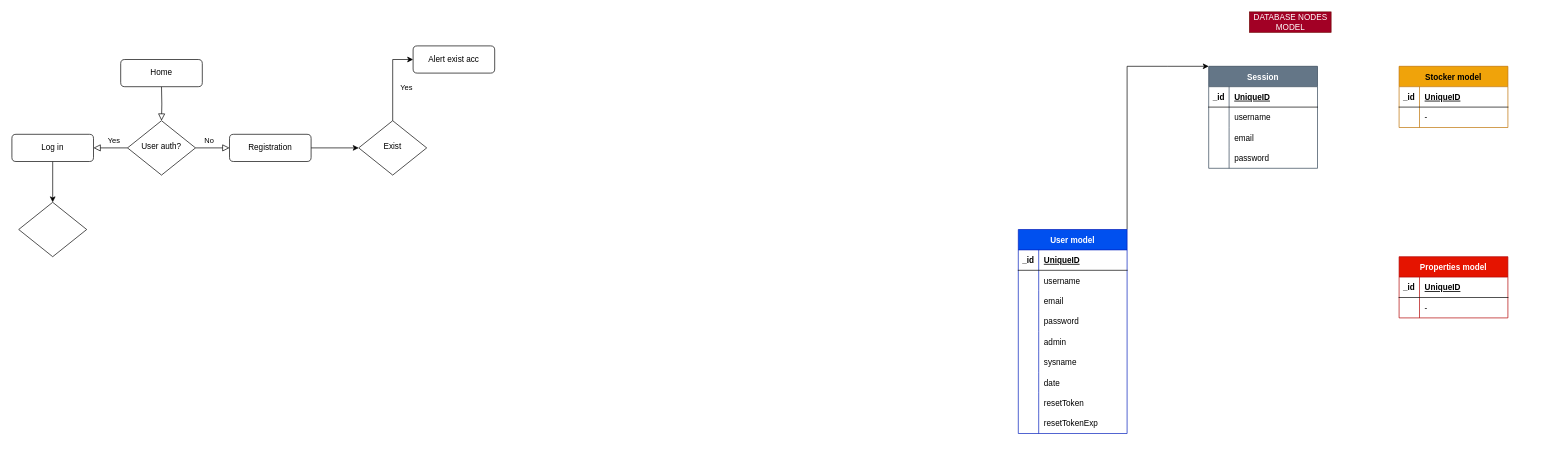
Before: Untitled Diagram.drawio in mihnevich1989/drawio-diagramms, a draw.io diagram. Source tidied: cells renumbered, new cells numbered last; positions are measured from the earlier drawing's top-left corner, leaving out a move shared by most shapes. Both pictures are drawn from the tidied source at 68%, with x=0, y=0 at pixel (12, 12).
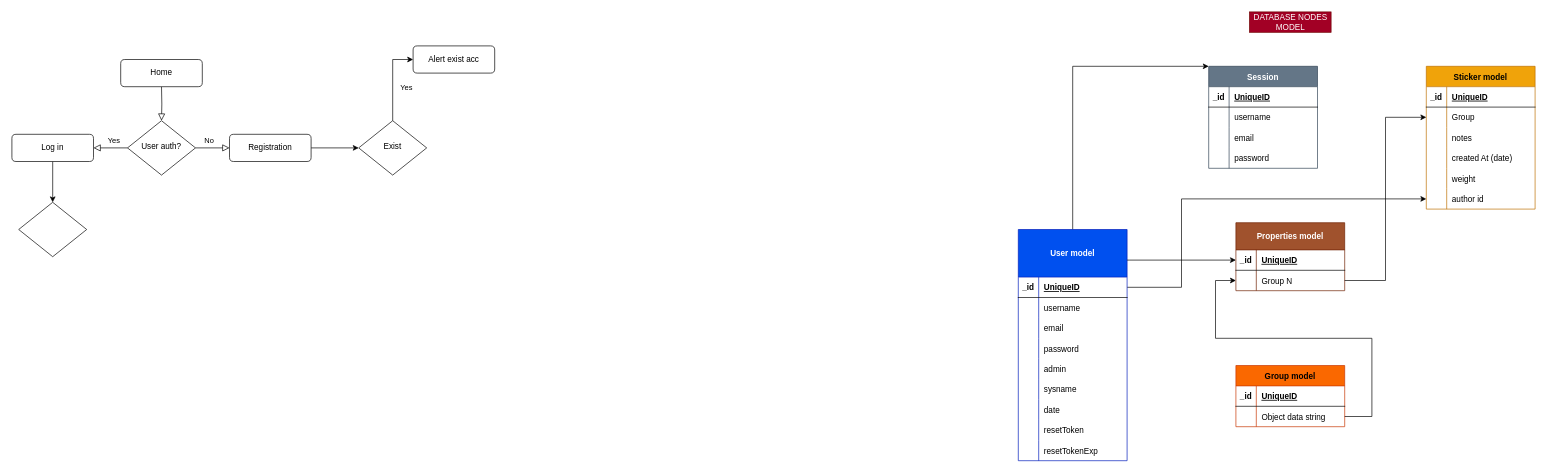
After the change.

Unchanged cells that the change refers to:
```xml
<mxCell id="48" style="shape=tableRow;horizontal=0;startSize=0;swimlaneHead=0;swimlaneBody=0;fillColor=none;points=[[0,0.5],[1,0.5]];portConstraint=eastwest;top=0;left=0;right=0;bottom=0;" parent="44" vertex="1">
  <mxGeometry y="60" width="160" height="30" as="geometry" />
</mxCell>
<mxCell id="59" value="Session" style="shape=table;startSize=30;childLayout=tableLayout;rowLines=0;fontStyle=1;align=center;swimlaneFillColor=default;fillColor=#647687;fontColor=#ffffff;strokeColor=#314354;" parent="1" vertex="1">
  <mxGeometry x="1760" y="80" width="160" height="150" as="geometry" />
</mxCell>
```

Diff of the diagram source:
```diff
@@
+    <mxCell id="72" style="edgeStyle=orthogonalEdgeStyle;rounded=0;jettySize=auto;html=1;exitX=1;exitY=0.5;exitDx=0;exitDy=0;entryX=0;entryY=0.5;entryDx=0;entryDy=0;" parent="1" edge="1" source="17" target="82">
+      <mxGeometry relative="1" as="geometry">
+        <Array as="points">
+          <mxPoint x="1720" y="405" />
+          <mxPoint x="1720" y="275" />
+        </Array>
+      </mxGeometry>
+    </mxCell>
-    <mxCell id="15" style="edgeStyle=orthogonalEdgeStyle;rounded=0;jettySize=auto;html=1;exitX=1;exitY=0;exitDx=0;exitDy=0;entryX=0;entryY=0;entryDx=0;entryDy=0;" parent="1" edge="1" source="16" target="59">
+    <mxCell id="15" style="edgeStyle=orthogonalEdgeStyle;rounded=0;jettySize=auto;html=1;exitX=0.5;exitY=0;exitDx=0;exitDy=0;entryX=0;entryY=0;entryDx=0;entryDy=0;" parent="1" edge="1" source="16" target="59">
       <mxGeometry relative="1" as="geometry">
         <Array as="points">
-          <mxPoint x="1700" y="80" />
-          <mxPoint x="1700" y="80" />
+          <mxPoint x="1560" y="80" />
         </Array>
       </mxGeometry>
     </mxCell>
-    <mxCell id="16" value="User model" style="shape=table;startSize=30;childLayout=tableLayout;rowLines=0;fontStyle=1;align=center;fillColor=#0050ef;fontColor=#ffffff;strokeColor=#001DBC;gradientColor=none;swimlaneFillColor=default;" parent="1" vertex="1">
-      <mxGeometry x="1480" y="320" width="160" height="300" as="geometry" />
+    <mxCell id="16" value="User model" style="shape=table;startSize=70;childLayout=tableLayout;rowLines=0;fontStyle=1;align=center;fillColor=#0050ef;fontColor=#ffffff;strokeColor=#001DBC;gradientColor=none;swimlaneFillColor=default;" parent="1" vertex="1">
+      <mxGeometry x="1480" y="320" width="160" height="340" as="geometry" />
     </mxCell>
     <mxCell id="17" style="shape=tableRow;horizontal=0;startSize=0;swimlaneHead=0;swimlaneBody=0;fillColor=none;points=[[0,0.5],[1,0.5]];portConstraint=eastwest;top=0;left=0;right=0;bottom=1;" parent="16" vertex="1">
-      <mxGeometry y="30" width="160" height="30" as="geometry" />
+      <mxGeometry y="70" width="160" height="30" as="geometry" />
     </mxCell>
@@
     <mxCell id="20" style="shape=tableRow;horizontal=0;startSize=0;swimlaneHead=0;swimlaneBody=0;fillColor=none;top=0;left=0;right=0;bottom=0;" parent="16" vertex="1">
-      <mxGeometry y="60" width="160" height="30" as="geometry" />
+      <mxGeometry y="100" width="160" height="30" as="geometry" />
     </mxCell>
@@
     <mxCell id="23" style="shape=tableRow;horizontal=0;startSize=0;swimlaneHead=0;swimlaneBody=0;fillColor=none;top=0;left=0;right=0;bottom=0;" parent="16" vertex="1">
-      <mxGeometry y="90" width="160" height="30" as="geometry" />
+      <mxGeometry y="130" width="160" height="30" as="geometry" />
     </mxCell>
@@
     <mxCell id="26" style="shape=tableRow;horizontal=0;startSize=0;swimlaneHead=0;swimlaneBody=0;fillColor=none;top=0;left=0;right=0;bottom=0;" parent="16" vertex="1">
-      <mxGeometry y="120" width="160" height="30" as="geometry" />
+      <mxGeometry y="160" width="160" height="30" as="geometry" />
     </mxCell>
@@
     <mxCell id="29" style="shape=tableRow;horizontal=0;startSize=0;swimlaneHead=0;swimlaneBody=0;fillColor=none;top=0;left=0;right=0;bottom=0;" parent="16" vertex="1">
-      <mxGeometry y="150" width="160" height="30" as="geometry" />
+      <mxGeometry y="190" width="160" height="30" as="geometry" />
     </mxCell>
@@
     <mxCell id="32" style="shape=tableRow;horizontal=0;startSize=0;swimlaneHead=0;swimlaneBody=0;fillColor=none;top=0;left=0;right=0;bottom=0;" parent="16" vertex="1">
-      <mxGeometry y="180" width="160" height="30" as="geometry" />
+      <mxGeometry y="220" width="160" height="30" as="geometry" />
     </mxCell>
@@
     <mxCell id="35" style="shape=tableRow;horizontal=0;startSize=0;swimlaneHead=0;swimlaneBody=0;fillColor=none;top=0;left=0;right=0;bottom=0;" parent="16" vertex="1">
-      <mxGeometry y="210" width="160" height="30" as="geometry" />
+      <mxGeometry y="250" width="160" height="30" as="geometry" />
     </mxCell>
@@
     <mxCell id="38" style="shape=tableRow;horizontal=0;startSize=0;swimlaneHead=0;swimlaneBody=0;fillColor=none;top=0;left=0;right=0;bottom=0;" parent="16" vertex="1">
-      <mxGeometry y="240" width="160" height="30" as="geometry" />
+      <mxGeometry y="280" width="160" height="30" as="geometry" />
     </mxCell>
@@
     <mxCell id="41" style="shape=tableRow;horizontal=0;startSize=0;swimlaneHead=0;swimlaneBody=0;fillColor=none;top=0;left=0;right=0;bottom=0;" parent="16" vertex="1">
-      <mxGeometry y="270" width="160" height="30" as="geometry" />
+      <mxGeometry y="310" width="160" height="30" as="geometry" />
     </mxCell>
@@
-    <mxCell id="44" value="Stocker model" style="shape=table;startSize=30;childLayout=tableLayout;rowLines=0;fontStyle=1;align=center;swimlaneFillColor=default;fillColor=#f0a30a;strokeColor=#BD7000;fontColor=#000000;" parent="1" vertex="1">
-      <mxGeometry x="2040" y="80" width="160" height="90" as="geometry" />
+    <mxCell id="44" value="Sticker model" style="shape=table;startSize=30;childLayout=tableLayout;rowLines=0;fontStyle=1;align=center;swimlaneFillColor=default;fillColor=#f0a30a;strokeColor=#BD7000;fontColor=#000000;" parent="1" vertex="1">
+      <mxGeometry x="2080" y="80" width="160" height="210" as="geometry" />
     </mxCell>
@@
-    <mxCell id="50" value="-" style="shape=partialRectangle;fillColor=none;top=0;left=0;bottom=0;right=0;align=left;spacingLeft=6;overflow=hidden;" parent="48" vertex="1">
+    <mxCell id="50" value="Group" style="shape=partialRectangle;fillColor=none;top=0;left=0;bottom=0;right=0;align=left;spacingLeft=6;overflow=hidden;" parent="48" vertex="1">
       <mxGeometry x="30" width="130" height="30" as="geometry" />
     </mxCell>
+    <mxCell id="73" style="shape=tableRow;horizontal=0;startSize=0;swimlaneHead=0;swimlaneBody=0;fillColor=none;top=0;left=0;right=0;bottom=0;" parent="44" vertex="1">
+      <mxGeometry y="90" width="160" height="30" as="geometry" />
+    </mxCell>
+    <mxCell id="74" style="shape=partialRectangle;fillColor=none;top=0;left=0;bottom=0;right=0;overflow=hidden;" parent="73" vertex="1">
+      <mxGeometry width="30" height="30" as="geometry" />
+    </mxCell>
+    <mxCell id="75" value="notes" style="shape=partialRectangle;fillColor=none;top=0;left=0;bottom=0;right=0;align=left;spacingLeft=6;overflow=hidden;" parent="73" vertex="1">
+      <mxGeometry x="30" width="130" height="30" as="geometry" />
+    </mxCell>
+    <mxCell id="76" style="shape=tableRow;horizontal=0;startSize=0;swimlaneHead=0;swimlaneBody=0;fillColor=none;top=0;left=0;right=0;bottom=0;" parent="44" vertex="1">
+      <mxGeometry y="120" width="160" height="30" as="geometry" />
+    </mxCell>
+    <mxCell id="77" style="shape=partialRectangle;fillColor=none;top=0;left=0;bottom=0;right=0;overflow=hidden;" parent="76" vertex="1">
+      <mxGeometry width="30" height="30" as="geometry" />
+    </mxCell>
+    <mxCell id="78" value="created At (date)" style="shape=partialRectangle;fillColor=none;top=0;left=0;bottom=0;right=0;align=left;spacingLeft=6;overflow=hidden;" parent="76" vertex="1">
+      <mxGeometry x="30" width="130" height="30" as="geometry" />
+    </mxCell>
+    <mxCell id="79" style="shape=tableRow;horizontal=0;startSize=0;swimlaneHead=0;swimlaneBody=0;fillColor=none;top=0;left=0;right=0;bottom=0;" parent="44" vertex="1">
+      <mxGeometry y="150" width="160" height="30" as="geometry" />
+    </mxCell>
+    <mxCell id="80" style="shape=partialRectangle;fillColor=none;top=0;left=0;bottom=0;right=0;overflow=hidden;" parent="79" vertex="1">
+      <mxGeometry width="30" height="30" as="geometry" />
+    </mxCell>
+    <mxCell id="81" value="weight" style="shape=partialRectangle;fillColor=none;top=0;left=0;bottom=0;right=0;align=left;spacingLeft=6;overflow=hidden;" parent="79" vertex="1">
+      <mxGeometry x="30" width="130" height="30" as="geometry" />
+    </mxCell>
+    <mxCell id="82" style="shape=tableRow;horizontal=0;startSize=0;swimlaneHead=0;swimlaneBody=0;fillColor=none;points=[[0,0.5],[1,0.5]];portConstraint=eastwest;top=0;left=0;right=0;bottom=0;" parent="44" vertex="1">
+      <mxGeometry y="180" width="160" height="30" as="geometry" />
+    </mxCell>
+    <mxCell id="83" style="shape=partialRectangle;fillColor=none;top=0;left=0;bottom=0;right=0;overflow=hidden;" parent="82" vertex="1">
+      <mxGeometry width="30" height="30" as="geometry" />
+    </mxCell>
+    <mxCell id="84" value="author id" style="shape=partialRectangle;fillColor=none;top=0;left=0;bottom=0;right=0;align=left;spacingLeft=6;overflow=hidden;" parent="82" vertex="1">
+      <mxGeometry x="30" width="130" height="30" as="geometry" />
+    </mxCell>
@@
-    <mxCell id="52" value="Properties model" style="shape=table;startSize=30;childLayout=tableLayout;rowLines=0;fontStyle=1;align=center;swimlaneFillColor=default;fillColor=#e51400;fontColor=#ffffff;strokeColor=#B20000;" parent="1" vertex="1">
-      <mxGeometry x="2040" y="360" width="160" height="90" as="geometry" />
+    <mxCell id="52" value="Properties model" style="shape=table;startSize=40;childLayout=tableLayout;rowLines=0;fontStyle=1;align=center;swimlaneFillColor=default;fillColor=#a0522d;fontColor=#ffffff;strokeColor=#6D1F00;" parent="1" vertex="1">
+      <mxGeometry x="1800" y="310" width="160" height="100" as="geometry" />
     </mxCell>
     <mxCell id="53" style="shape=tableRow;horizontal=0;startSize=0;swimlaneHead=0;swimlaneBody=0;fillColor=none;points=[[0,0.5],[1,0.5]];portConstraint=eastwest;top=0;left=0;right=0;bottom=1;" parent="52" vertex="1">
-      <mxGeometry y="30" width="160" height="30" as="geometry" />
+      <mxGeometry y="40" width="160" height="30" as="geometry" />
     </mxCell>
@@
     <mxCell id="56" style="shape=tableRow;horizontal=0;startSize=0;swimlaneHead=0;swimlaneBody=0;fillColor=none;points=[[0,0.5],[1,0.5]];portConstraint=eastwest;top=0;left=0;right=0;bottom=0;" parent="52" vertex="1">
-      <mxGeometry y="60" width="160" height="30" as="geometry" />
+      <mxGeometry y="70" width="160" height="30" as="geometry" />
     </mxCell>
@@
-    <mxCell id="58" value="-" style="shape=partialRectangle;fillColor=none;top=0;left=0;bottom=0;right=0;align=left;spacingLeft=6;overflow=hidden;" parent="56" vertex="1">
+    <mxCell id="58" value="Group N" style="shape=partialRectangle;fillColor=none;top=0;left=0;bottom=0;right=0;align=left;spacingLeft=6;overflow=hidden;" parent="56" vertex="1">
       <mxGeometry x="30" width="130" height="30" as="geometry" />
     </mxCell>
@@
+    <mxCell id="85" value="Group model" style="shape=table;startSize=30;childLayout=tableLayout;rowLines=0;fontStyle=1;align=center;swimlaneFillColor=default;fillColor=#fa6800;fontColor=#000000;strokeColor=#C73500;" parent="1" vertex="1">
+      <mxGeometry x="1800" y="520" width="160" height="90" as="geometry" />
+    </mxCell>
+    <mxCell id="86" style="shape=tableRow;horizontal=0;startSize=0;swimlaneHead=0;swimlaneBody=0;fillColor=none;top=0;left=0;right=0;bottom=1;" parent="85" vertex="1">
+      <mxGeometry y="30" width="160" height="30" as="geometry" />
+    </mxCell>
+    <mxCell id="87" value="_id" style="shape=partialRectangle;fillColor=none;top=0;left=0;bottom=0;right=0;fontStyle=1;overflow=hidden;" parent="86" vertex="1">
+      <mxGeometry width="30" height="30" as="geometry" />
+    </mxCell>
+    <mxCell id="88" value="UniqueID" style="shape=partialRectangle;fillColor=none;top=0;left=0;bottom=0;right=0;align=left;spacingLeft=6;fontStyle=5;overflow=hidden;" parent="86" vertex="1">
+      <mxGeometry x="30" width="130" height="30" as="geometry" />
+    </mxCell>
+    <mxCell id="89" style="shape=tableRow;horizontal=0;startSize=0;swimlaneHead=0;swimlaneBody=0;fillColor=none;points=[[0,0.5],[1,0.5]];portConstraint=eastwest;top=0;left=0;right=0;bottom=0;" parent="85" vertex="1">
+      <mxGeometry y="60" width="160" height="30" as="geometry" />
+    </mxCell>
+    <mxCell id="90" style="shape=partialRectangle;fillColor=none;top=0;left=0;bottom=0;right=0;overflow=hidden;" parent="89" vertex="1">
+      <mxGeometry width="30" height="30" as="geometry" />
+    </mxCell>
+    <mxCell id="91" value="Object data string" style="shape=partialRectangle;fillColor=none;top=0;left=0;bottom=0;right=0;align=left;spacingLeft=6;overflow=hidden;" parent="89" vertex="1">
+      <mxGeometry x="30" width="130" height="30" as="geometry" />
+    </mxCell>
+    <mxCell id="92" style="edgeStyle=orthogonalEdgeStyle;rounded=0;jettySize=auto;html=1;exitX=1;exitY=0.5;exitDx=0;exitDy=0;entryX=0;entryY=0.5;entryDx=0;entryDy=0;" parent="1" edge="1" source="56" target="48">
+      <mxGeometry relative="1" as="geometry">
+        <Array as="points">
+          <mxPoint x="2020" y="395" />
+          <mxPoint x="2020" y="155" />
+        </Array>
+      </mxGeometry>
+    </mxCell>
+    <mxCell id="93" style="edgeStyle=orthogonalEdgeStyle;rounded=0;jettySize=auto;html=1;exitX=1;exitY=0.5;exitDx=0;exitDy=0;entryX=0;entryY=0.5;entryDx=0;entryDy=0;" parent="1" edge="1" source="89" target="56">
+      <mxGeometry relative="1" as="geometry">
+        <Array as="points">
+          <mxPoint x="2000" y="595" />
+          <mxPoint x="2000" y="480" />
+          <mxPoint x="1770" y="480" />
+          <mxPoint x="1770" y="395" />
+        </Array>
+      </mxGeometry>
+    </mxCell>
+    <mxCell id="94" style="edgeStyle=orthogonalEdgeStyle;rounded=0;jettySize=auto;html=1;entryX=0;entryY=0.5;entryDx=0;entryDy=0;" parent="1" edge="1" target="53">
+      <mxGeometry relative="1" as="geometry">
+        <mxPoint x="1640" y="365" as="sourcePoint" />
+        <Array as="points">
+          <mxPoint x="1643" y="365" />
+        </Array>
+      </mxGeometry>
+    </mxCell>
```
